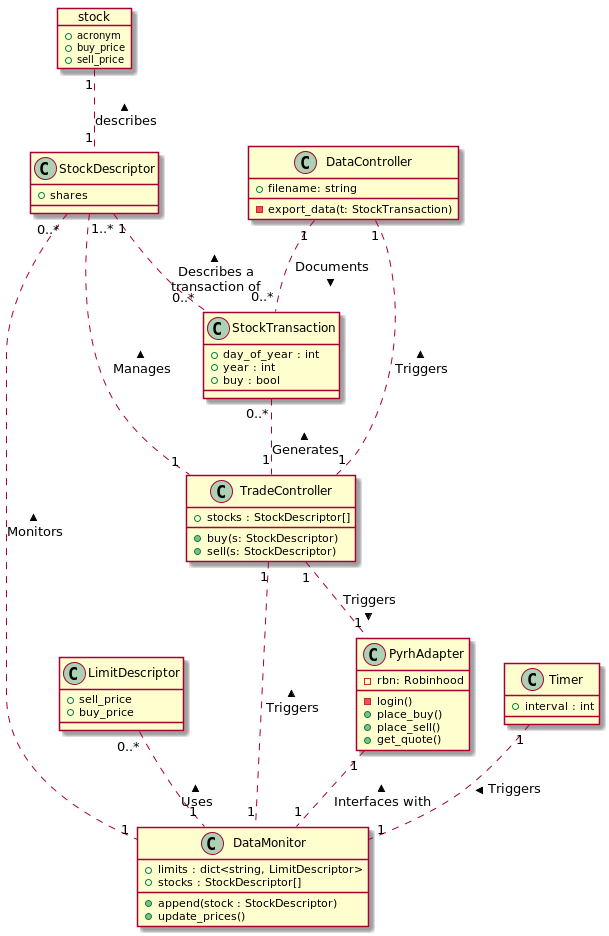
Before: Domain_Model_Diagram.png, a diagram exported from PlantUML (aaron-jencks/alpaca_stock_tradebot).
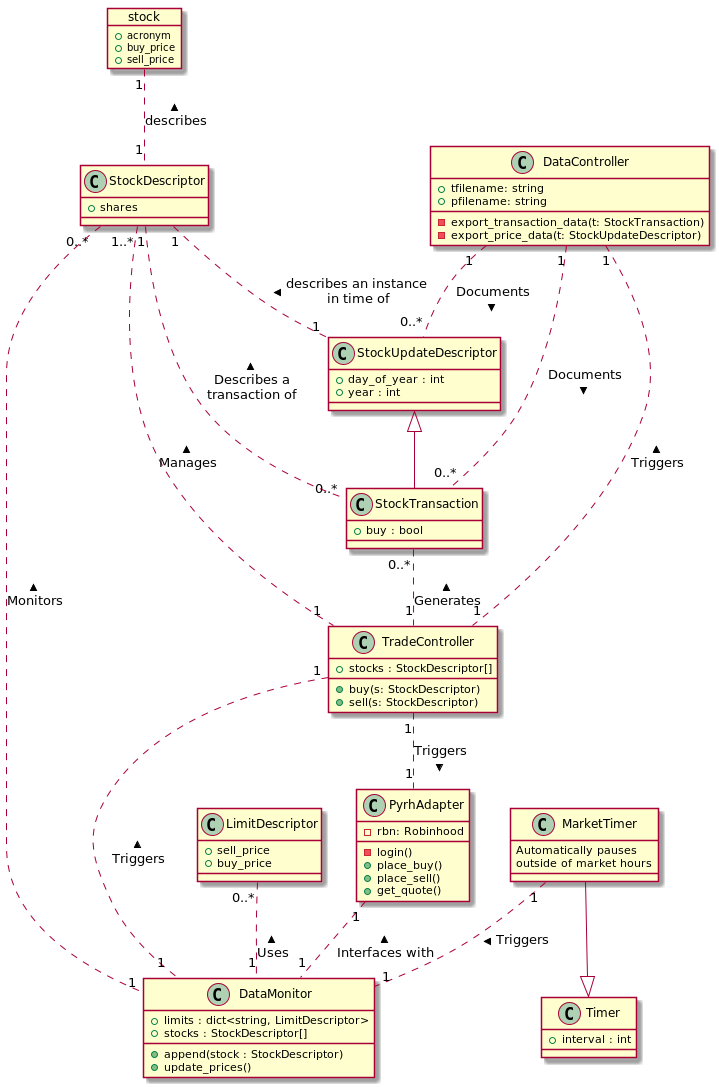
After the commit.

Change to the diagram source:
```diff
@@ -9,6 +9,13 @@
 class StockDescriptor {
     + shares
 }
+
+class StockUpdateDescriptor {
+    + day_of_year : int
+    + year : int
+}
+
+StockDescriptor "1" .. "1" StockUpdateDescriptor : < describes an instance\n in time of
 
 class LimitDescriptor {
     + sell_price
@@ -51,24 +58,33 @@
     + interval : int
 }
 
-Timer "1" .. "1" DataMonitor : > Triggers
+class MarketTimer {
+    Automatically pauses\noutside of market hours
+}
+
+MarketTimer --|> Timer
+
+MarketTimer "1" .. "1" DataMonitor : > Triggers
 
 class StockTransaction {
-    + day_of_year : int
-    + year : int
     + buy : bool
 }
+
+StockUpdateDescriptor <|-- StockTransaction
 
 StockDescriptor "1" .. "0..*" StockTransaction : < Describes a\ntransaction of
 
 StockTransaction "0..*" .. "1" TradeController : < Generates
 
 class DataController {
-    + filename: string
-    - export_data(t: StockTransaction)
+    + tfilename: string
+    + pfilename: string
+    - export_transaction_data(t: StockTransaction)
+    - export_price_data(t: StockUpdateDescriptor)
 }
 
 DataController "1" .. "1" TradeController : < Triggers
 DataController "1" .. "0..*" StockTransaction : > Documents
+DataController "1" .. "0..*" StockUpdateDescriptor : > Documents
 
 @enduml
```
